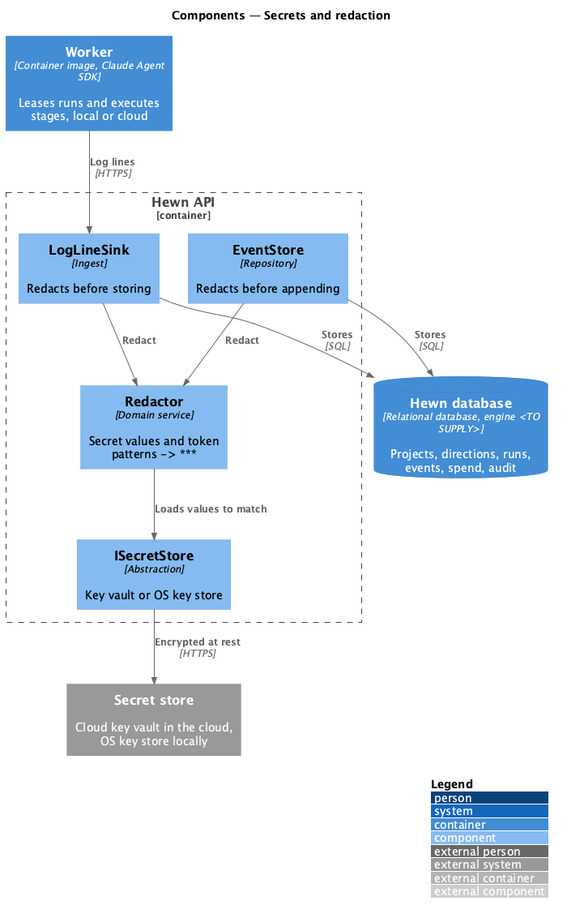
Above: docs/detailed-designs/security/secrets-and-redaction/diagrams/c4-component.png in QuinntyneBrown/hewn (PlantUML), before the change.
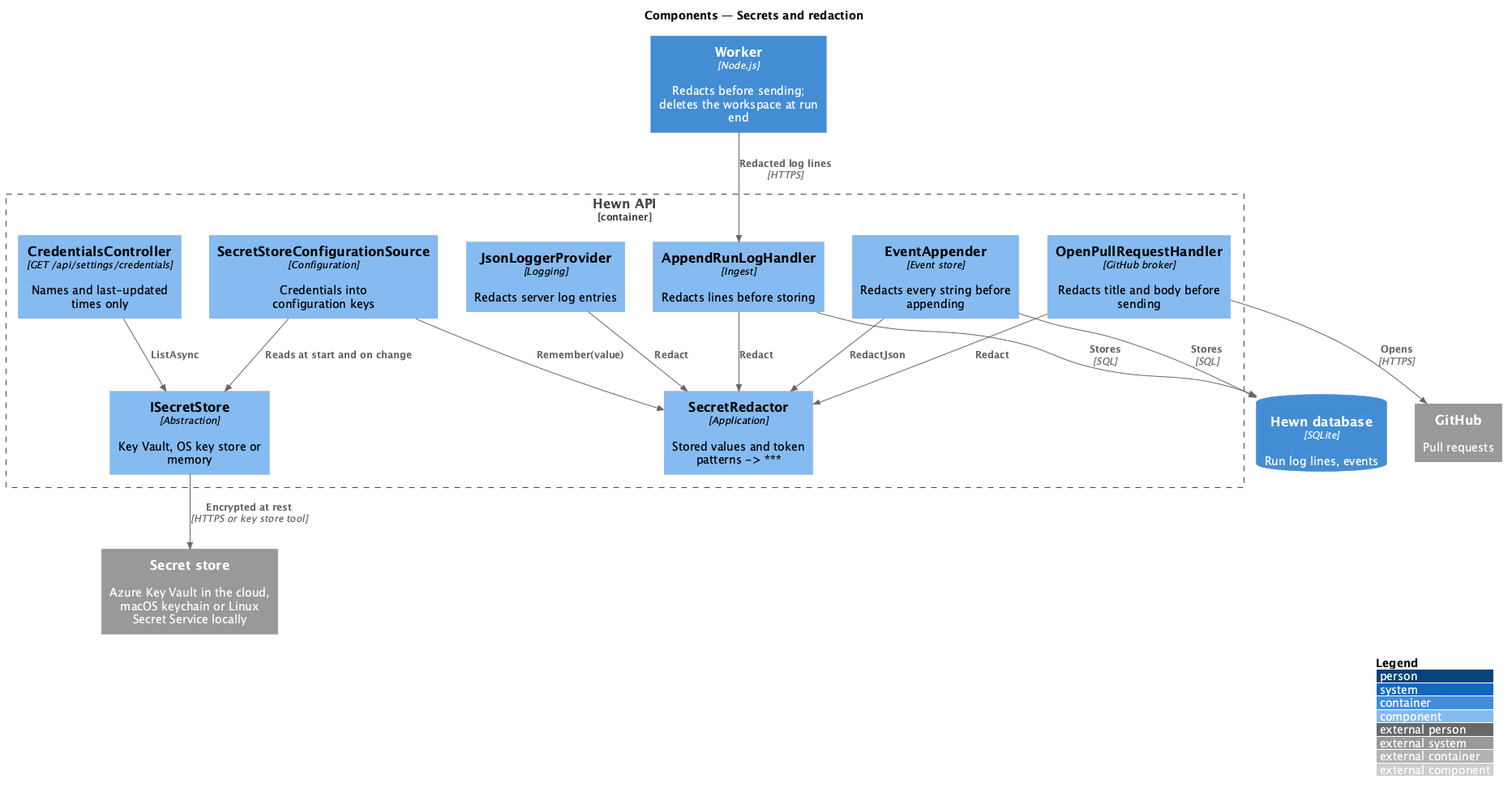
The same file after the commit.

What changed in the source:
```diff
@@ -3,21 +3,31 @@
 LAYOUT_WITH_LEGEND()
 title Components — Secrets and redaction
 
-Container(worker, "Worker", "Container image, Claude Agent SDK", "Leases runs and executes stages, local or cloud")
-ContainerDb(db, "Hewn database", "Relational database, engine <TO SUPPLY>", "Projects, directions, runs, events, spend, audit")
+Container(worker, "Worker", "Node.js", "Redacts before sending; deletes the workspace at run end")
+ContainerDb(db, "Hewn database", "SQLite", "Run log lines, events")
+System_Ext(github, "GitHub", "Pull requests")
+System_Ext(vault, "Secret store", "Azure Key Vault in the cloud, macOS keychain or Linux Secret Service locally")
 Container_Boundary(api_b, "Hewn API") {
-  Component(store, "ISecretStore", "Abstraction", "Key vault or OS key store")
-  Component(red, "Redactor", "Domain service", "Secret values and token patterns -> ***")
-  Component(logs, "LogLineSink", "Ingest", "Redacts before storing")
-  Component(events, "EventStore", "Repository", "Redacts before appending")
+  Component(cfg, "SecretStoreConfigurationSource", "Configuration", "Credentials into configuration keys")
+  Component(store, "ISecretStore", "Abstraction", "Key Vault, OS key store or memory")
+  Component(list, "CredentialsController", "GET /api/settings/credentials", "Names and last-updated times only")
+  Component(red, "SecretRedactor", "Application", "Stored values and token patterns -> ***")
+  Component(logs, "AppendRunLogHandler", "Ingest", "Redacts lines before storing")
+  Component(events, "EventAppender", "Event store", "Redacts every string before appending")
+  Component(pr, "OpenPullRequestHandler", "GitHub broker", "Redacts title and body before sending")
+  Component(json, "JsonLoggerProvider", "Logging", "Redacts server log entries")
 }
-System_Ext(vault, "Secret store", "Cloud key vault in the cloud, OS key store locally")
 
-Rel(store, vault, "Encrypted at rest", "HTTPS")
-Rel(red, store, "Loads values to match")
-Rel(worker, logs, "Log lines", "HTTPS")
+Rel(cfg, store, "Reads at start and on change")
+Rel(store, vault, "Encrypted at rest", "HTTPS or key store tool")
+Rel(cfg, red, "Remember(value)")
+Rel(list, store, "ListAsync")
+Rel(worker, logs, "Redacted log lines", "HTTPS")
 Rel(logs, red, "Redact")
-Rel(events, red, "Redact")
+Rel(events, red, "RedactJson")
+Rel(pr, red, "Redact")
+Rel(json, red, "Redact")
 Rel(logs, db, "Stores", "SQL")
 Rel(events, db, "Stores", "SQL")
+Rel(pr, github, "Opens", "HTTPS")
 @enduml
```
